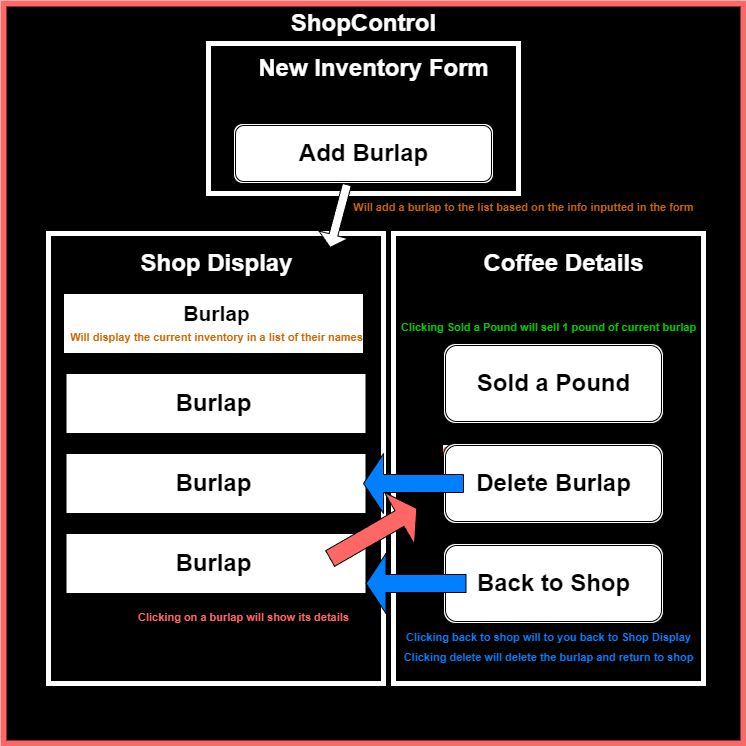
tdietzel/Coffee_Shop_Redux keeps this draw.io diagram as CoffeeShopDiagram.drawio.png. Above is the earlier version. Source tidied: cells renumbered, new cells last; positions are measured from the earlier drawing's top-left corner, leaving out a move shared by most shapes. The source it was exported from:
```xml
<mxGraphModel>
  <root>
    <mxCell id="0" />
    <mxCell id="1" parent="0" />
    <mxCell id="2" style="whiteSpace=wrap;html=1;fillColor=#000000;strokeColor=#FF6666;strokeWidth=6;" parent="1" vertex="1">
      <mxGeometry width="740" height="740" as="geometry" />
    </mxCell>
    <mxCell id="3" value="ShopControl" style="text;html=1;fontSize=24;fontStyle=1;verticalAlign=middle;align=center;fontColor=#FFFFFF;" parent="1" vertex="1">
      <mxGeometry x="310" width="100" height="40" as="geometry" />
    </mxCell>
    <mxCell id="4" style="rounded=0;whiteSpace=wrap;html=1;fillColor=#000000;strokeColor=#FFFFFF;strokeWidth=5;" parent="1" vertex="1">
      <mxGeometry x="45" y="230" width="335" height="450" as="geometry" />
    </mxCell>
    <mxCell id="5" value="&lt;font color=&quot;#ffffff&quot;&gt;Shop Display&lt;/font&gt;" style="text;strokeColor=none;fillColor=none;html=1;fontSize=24;fontStyle=1;verticalAlign=middle;align=center;" parent="1" vertex="1">
      <mxGeometry x="162.5" y="240" width="100" height="40" as="geometry" />
    </mxCell>
    <mxCell id="6" value="&#10;&lt;span style=&quot;color: rgb(255, 102, 102); font-family: Helvetica; font-size: 11px; font-style: normal; font-variant-ligatures: normal; font-variant-caps: normal; font-weight: 700; letter-spacing: normal; orphans: 2; text-align: center; text-indent: 0px; text-transform: none; widows: 2; word-spacing: 0px; -webkit-text-stroke-width: 0px; background-color: rgb(251, 251, 251); text-decoration-thickness: initial; text-decoration-style: initial; text-decoration-color: initial; float: none; display: inline !important;&quot;&gt;Clicking on a burlap will show its details&lt;/span&gt;&#10;&#10;" style="rounded=0;whiteSpace=wrap;html=1;strokeColor=#FFFFFF;strokeWidth=5;fillColor=#000000;" parent="1" vertex="1">
      <mxGeometry x="390" y="230" width="310" height="450" as="geometry" />
    </mxCell>
    <mxCell id="7" style="rounded=0;whiteSpace=wrap;html=1;fillColor=#000000;strokeColor=#FFFFFF;strokeWidth=5;" parent="1" vertex="1">
      <mxGeometry x="205" y="40" width="310" height="150" as="geometry" />
    </mxCell>
    <mxCell id="8" value="&lt;font color=&quot;#ffffff&quot;&gt;New Inventory Form&lt;/font&gt;" style="text;strokeColor=none;fillColor=none;html=1;fontSize=24;fontStyle=1;verticalAlign=middle;align=center;" parent="1" vertex="1">
      <mxGeometry x="320" y="45" width="100" height="40" as="geometry" />
    </mxCell>
    <mxCell id="9" value="&lt;font color=&quot;#ffffff&quot;&gt;Coffee Details&lt;/font&gt;" style="text;strokeColor=none;fillColor=none;html=1;fontSize=24;fontStyle=1;verticalAlign=middle;align=center;" parent="1" vertex="1">
      <mxGeometry x="510" y="240" width="100" height="40" as="geometry" />
    </mxCell>
    <mxCell id="10" style="rounded=0;whiteSpace=wrap;html=1;" parent="1" vertex="1">
      <mxGeometry x="60" y="290" width="300" height="60" as="geometry" />
    </mxCell>
    <mxCell id="11" style="rounded=0;whiteSpace=wrap;html=1;" parent="1" vertex="1">
      <mxGeometry x="62.5" y="370" width="300" height="60" as="geometry" />
    </mxCell>
    <mxCell id="12" style="rounded=0;whiteSpace=wrap;html=1;" parent="1" vertex="1">
      <mxGeometry x="62.5" y="450" width="300" height="60" as="geometry" />
    </mxCell>
    <mxCell id="13" style="rounded=0;whiteSpace=wrap;html=1;" parent="1" vertex="1">
      <mxGeometry x="62.5" y="530" width="300" height="60" as="geometry" />
    </mxCell>
    <mxCell id="14" style="shape=ext;double=1;rounded=1;whiteSpace=wrap;html=1;" parent="1" vertex="1">
      <mxGeometry x="440" y="540" width="220" height="80" as="geometry" />
    </mxCell>
    <mxCell id="15" style="shape=ext;double=1;rounded=1;whiteSpace=wrap;html=1;" parent="1" vertex="1">
      <mxGeometry x="440" y="440" width="220" height="80" as="geometry" />
    </mxCell>
    <mxCell id="16" style="shape=ext;double=1;rounded=1;whiteSpace=wrap;html=1;" parent="1" vertex="1">
      <mxGeometry x="440" y="340" width="220" height="80" as="geometry" />
    </mxCell>
    <mxCell id="17" style="shape=ext;double=1;rounded=1;whiteSpace=wrap;html=1;" parent="1" vertex="1">
      <mxGeometry x="230" y="120" width="260" height="60" as="geometry" />
    </mxCell>
    <mxCell id="18" value="Add Burlap" style="text;strokeColor=none;fillColor=none;html=1;fontSize=24;fontStyle=1;verticalAlign=middle;align=center;" parent="1" vertex="1">
      <mxGeometry x="315" y="145" width="90" height="10" as="geometry" />
    </mxCell>
    <mxCell id="19" value="Sold a Pound" style="text;strokeColor=none;fillColor=none;html=1;fontSize=24;fontStyle=1;verticalAlign=middle;align=center;" parent="1" vertex="1">
      <mxGeometry x="505" y="375" width="90" height="10" as="geometry" />
    </mxCell>
    <mxCell id="20" value="Delete Burlap" style="text;strokeColor=none;fillColor=none;html=1;fontSize=24;fontStyle=1;verticalAlign=middle;align=center;" parent="1" vertex="1">
      <mxGeometry x="505" y="475" width="90" height="10" as="geometry" />
    </mxCell>
    <mxCell id="21" value="Back to Shop" style="text;strokeColor=none;fillColor=none;html=1;fontSize=24;fontStyle=1;verticalAlign=middle;align=center;" parent="1" vertex="1">
      <mxGeometry x="505" y="575" width="90" height="10" as="geometry" />
    </mxCell>
    <mxCell id="22" value="&lt;font style=&quot;font-size: 21px;&quot;&gt;Burlap&lt;/font&gt;" style="text;strokeColor=none;fillColor=none;html=1;fontSize=24;fontStyle=1;verticalAlign=middle;align=center;" parent="1" vertex="1">
      <mxGeometry x="162.5" y="290" width="100" height="40" as="geometry" />
    </mxCell>
    <mxCell id="23" value="Burlap" style="text;strokeColor=none;fillColor=none;html=1;fontSize=24;fontStyle=1;verticalAlign=middle;align=center;" parent="1" vertex="1">
      <mxGeometry x="160" y="380" width="100" height="40" as="geometry" />
    </mxCell>
    <mxCell id="24" value="Burlap" style="text;strokeColor=none;fillColor=none;html=1;fontSize=24;fontStyle=1;verticalAlign=middle;align=center;" parent="1" vertex="1">
      <mxGeometry x="160" y="460" width="100" height="40" as="geometry" />
    </mxCell>
    <mxCell id="25" value="Burlap" style="text;strokeColor=none;fillColor=none;html=1;fontSize=24;fontStyle=1;verticalAlign=middle;align=center;" parent="1" vertex="1">
      <mxGeometry x="160" y="540" width="100" height="40" as="geometry" />
    </mxCell>
    <mxCell id="26" style="shape=singleArrow;whiteSpace=wrap;html=1;rotation=-30;fillColor=#FF6666;" parent="1" vertex="1">
      <mxGeometry x="320" y="500" width="100" height="60" as="geometry" />
    </mxCell>
    <mxCell id="27" value="&lt;font style=&quot;font-size: 11px;&quot; color=&quot;#ff6666&quot;&gt;Clicking on a burlap will show its details&lt;/font&gt;" style="text;strokeColor=none;fillColor=none;html=1;fontSize=24;fontStyle=1;verticalAlign=middle;align=center;" parent="1" vertex="1">
      <mxGeometry x="230" y="600" width="20" height="20" as="geometry" />
    </mxCell>
    <mxCell id="28" style="shape=singleArrow;direction=west;whiteSpace=wrap;html=1;fillColor=#007FFF;" parent="1" vertex="1">
      <mxGeometry x="362.5" y="550" width="100" height="60" as="geometry" />
    </mxCell>
    <mxCell id="29" value="&lt;font color=&quot;#007fff&quot; style=&quot;font-size: 11px;&quot;&gt;Clicking back to shop will to you back to Shop Display&lt;/font&gt;" style="text;strokeColor=none;fillColor=none;html=1;fontSize=24;fontStyle=1;verticalAlign=middle;align=center;" parent="1" vertex="1">
      <mxGeometry x="535" y="620" width="20" height="20" as="geometry" />
    </mxCell>
    <mxCell id="30" style="shape=singleArrow;direction=west;whiteSpace=wrap;html=1;fillColor=#007FFF;" parent="1" vertex="1">
      <mxGeometry x="360" y="450" width="100" height="60" as="geometry" />
    </mxCell>
    <mxCell id="31" value="&lt;font color=&quot;#007fff&quot; style=&quot;font-size: 11px;&quot;&gt;Clicking delete will delete the burlap and return to shop&lt;/font&gt;" style="text;strokeColor=none;fillColor=none;html=1;fontSize=24;fontStyle=1;verticalAlign=middle;align=center;" parent="1" vertex="1">
      <mxGeometry x="535" y="640" width="20" height="20" as="geometry" />
    </mxCell>
    <mxCell id="32" value="&lt;font color=&quot;#00cc00&quot; style=&quot;font-size: 11px;&quot;&gt;Clicking Sold a Pound will sell 1 pound of current burlap&lt;/font&gt;" style="text;strokeColor=none;fillColor=none;html=1;fontSize=24;fontStyle=1;verticalAlign=middle;align=center;" parent="1" vertex="1">
      <mxGeometry x="535" y="310" width="20" height="20" as="geometry" />
    </mxCell>
    <mxCell id="33" value="&lt;font color=&quot;#cc6600&quot; style=&quot;font-size: 11px;&quot;&gt;Will display the current inventory in a list of their names&lt;/font&gt;" style="text;strokeColor=none;fillColor=none;html=1;fontSize=24;fontStyle=1;verticalAlign=middle;align=center;" parent="1" vertex="1">
      <mxGeometry x="202.5" y="320" width="20" height="20" as="geometry" />
    </mxCell>
    <mxCell id="34" style="shape=singleArrow;direction=south;whiteSpace=wrap;html=1;rotation=15;" parent="1" vertex="1">
      <mxGeometry x="320" y="180" width="30" height="65" as="geometry" />
    </mxCell>
    <mxCell id="35" value="&lt;font color=&quot;#cc6600&quot; style=&quot;font-size: 11px;&quot;&gt;Will add a burlap to the list based on the info inputted in the form&lt;/font&gt;" style="text;strokeColor=none;fillColor=none;html=1;fontSize=24;fontStyle=1;verticalAlign=middle;align=center;" parent="1" vertex="1">
      <mxGeometry x="510" y="190" width="20" height="20" as="geometry" />
    </mxCell>
  </root>
</mxGraphModel>
```
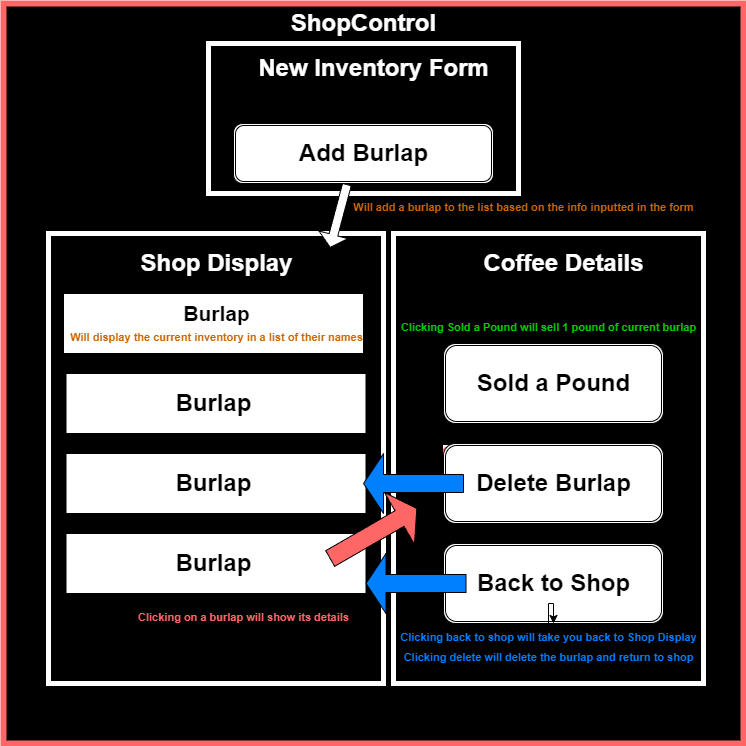
After the commit.

Diff of the diagram source:
```diff
@@ -83,7 +83,10 @@
     <mxCell id="28" style="shape=singleArrow;direction=west;whiteSpace=wrap;html=1;fillColor=#007FFF;" parent="1" vertex="1">
       <mxGeometry x="362.5" y="550" width="100" height="60" as="geometry" />
     </mxCell>
+    <mxCell id="36" style="edgeStyle=orthogonalEdgeStyle;rounded=0;jettySize=auto;html=1;" parent="1" edge="1" source="29" target="14">
+      <mxGeometry relative="1" as="geometry" />
+    </mxCell>
-    <mxCell id="29" value="&lt;font color=&quot;#007fff&quot; style=&quot;font-size: 11px;&quot;&gt;Clicking back to shop will to you back to Shop Display&lt;/font&gt;" style="text;strokeColor=none;fillColor=none;html=1;fontSize=24;fontStyle=1;verticalAlign=middle;align=center;" parent="1" vertex="1">
+    <mxCell id="29" value="&lt;font color=&quot;#007fff&quot; style=&quot;font-size: 11px;&quot;&gt;Clicking back to shop will take you back to Shop Display&lt;/font&gt;" style="text;strokeColor=none;fillColor=none;html=1;fontSize=24;fontStyle=1;verticalAlign=middle;align=center;" parent="1" vertex="1">
       <mxGeometry x="535" y="620" width="20" height="20" as="geometry" />
     </mxCell>
     <mxCell id="30" style="shape=singleArrow;direction=west;whiteSpace=wrap;html=1;fillColor=#007FFF;" parent="1" vertex="1">
```
